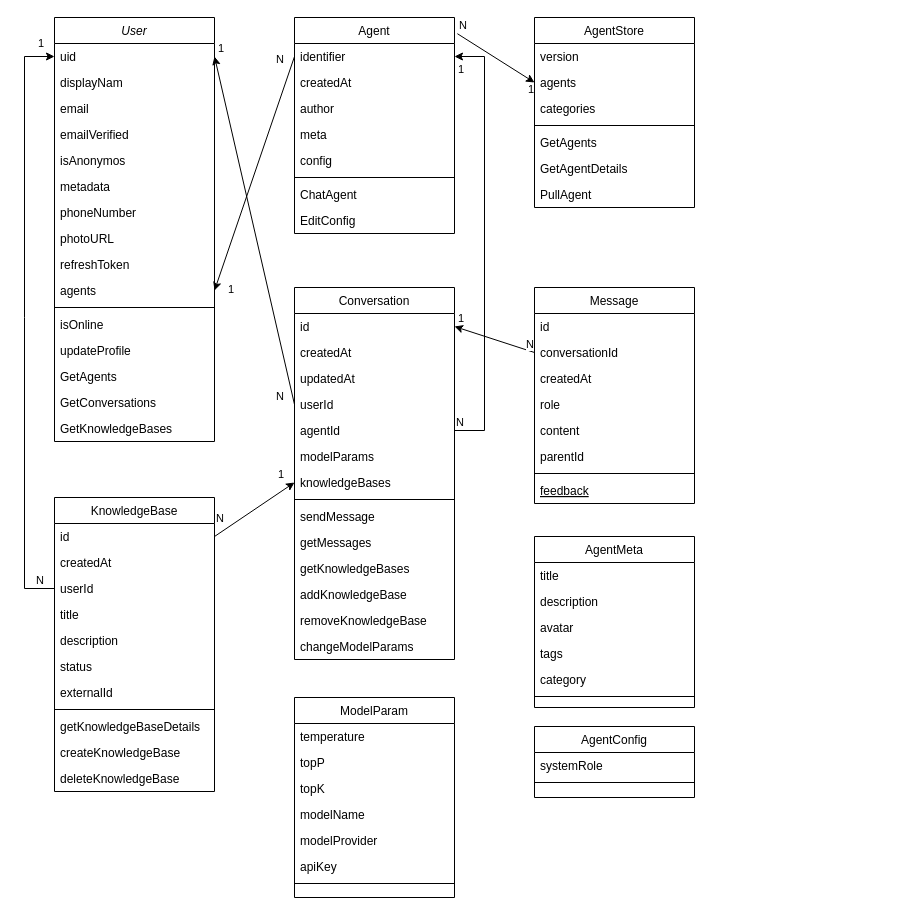
The draw.io diagram Untitled Diagram.drawio in GitTuanKiet/CSE441_PROJECT, before the edit. Source tidied: cells renumbered, new cells numbered last; positions are measured from the earlier drawing's top-left corner, leaving out a move shared by most shapes. Both pictures are drawn from the tidied source at 100%, with x=0, y=0 at pixel (24, 17).
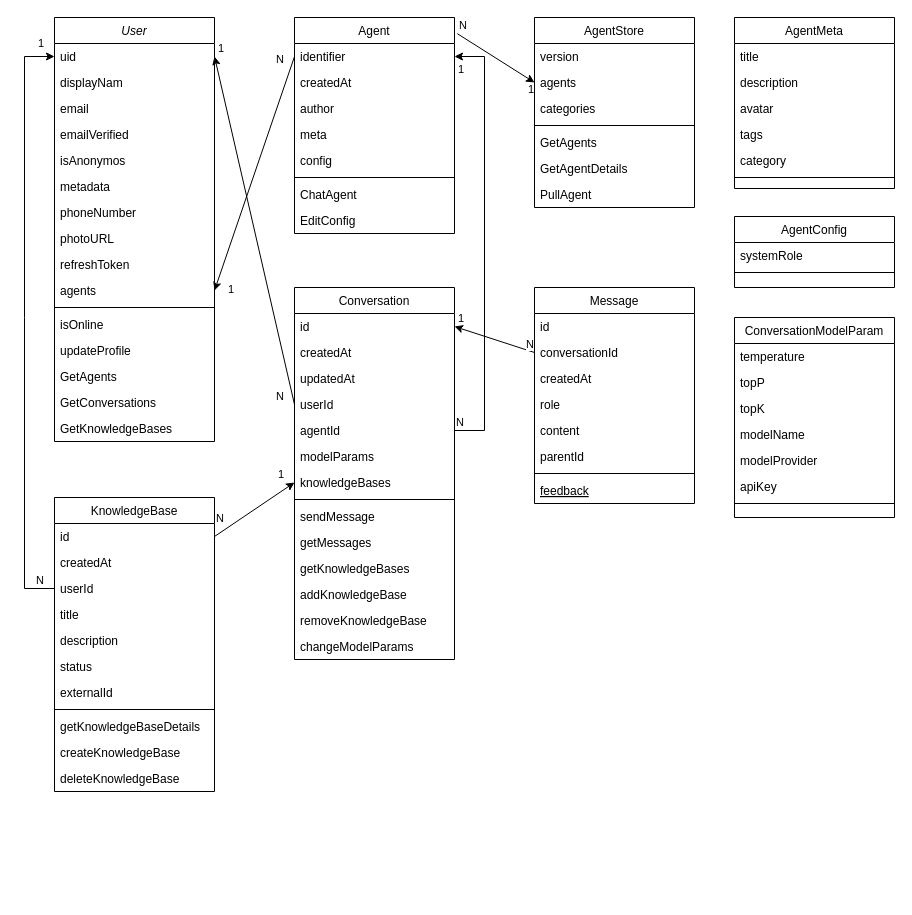
After the change.

Change to the diagram source:
```diff
@@
-    <mxCell id="93" value="ModelParam" style="swimlane;fontStyle=0;align=center;verticalAlign=top;horizontal=1;startSize=26;rounded=0;shadow=0;strokeWidth=1;" parent="1" vertex="1">
-      <mxGeometry x="270" y="680" width="160" height="200" as="geometry" />
+    <mxCell id="93" value="ConversationModelParam" style="swimlane;fontStyle=0;align=center;verticalAlign=top;horizontal=1;startSize=26;rounded=0;shadow=0;strokeWidth=1;" parent="1" vertex="1">
+      <mxGeometry x="710" y="300" width="160" height="200" as="geometry" />
     </mxCell>
@@
     <mxCell id="101" value="AgentMeta" style="swimlane;fontStyle=0;align=center;verticalAlign=top;horizontal=1;startSize=26;rounded=0;shadow=0;strokeWidth=1;" parent="1" vertex="1">
-      <mxGeometry x="510" y="519" width="160" height="171" as="geometry" />
+      <mxGeometry x="710" width="160" height="171" as="geometry" />
     </mxCell>
@@
     <mxCell id="108" value="AgentConfig" style="swimlane;fontStyle=0;align=center;verticalAlign=top;horizontal=1;startSize=26;rounded=0;shadow=0;strokeWidth=1;" parent="1" vertex="1">
-      <mxGeometry x="510" y="709" width="160" height="71" as="geometry" />
+      <mxGeometry x="710" y="199" width="160" height="71" as="geometry" />
     </mxCell>
```
